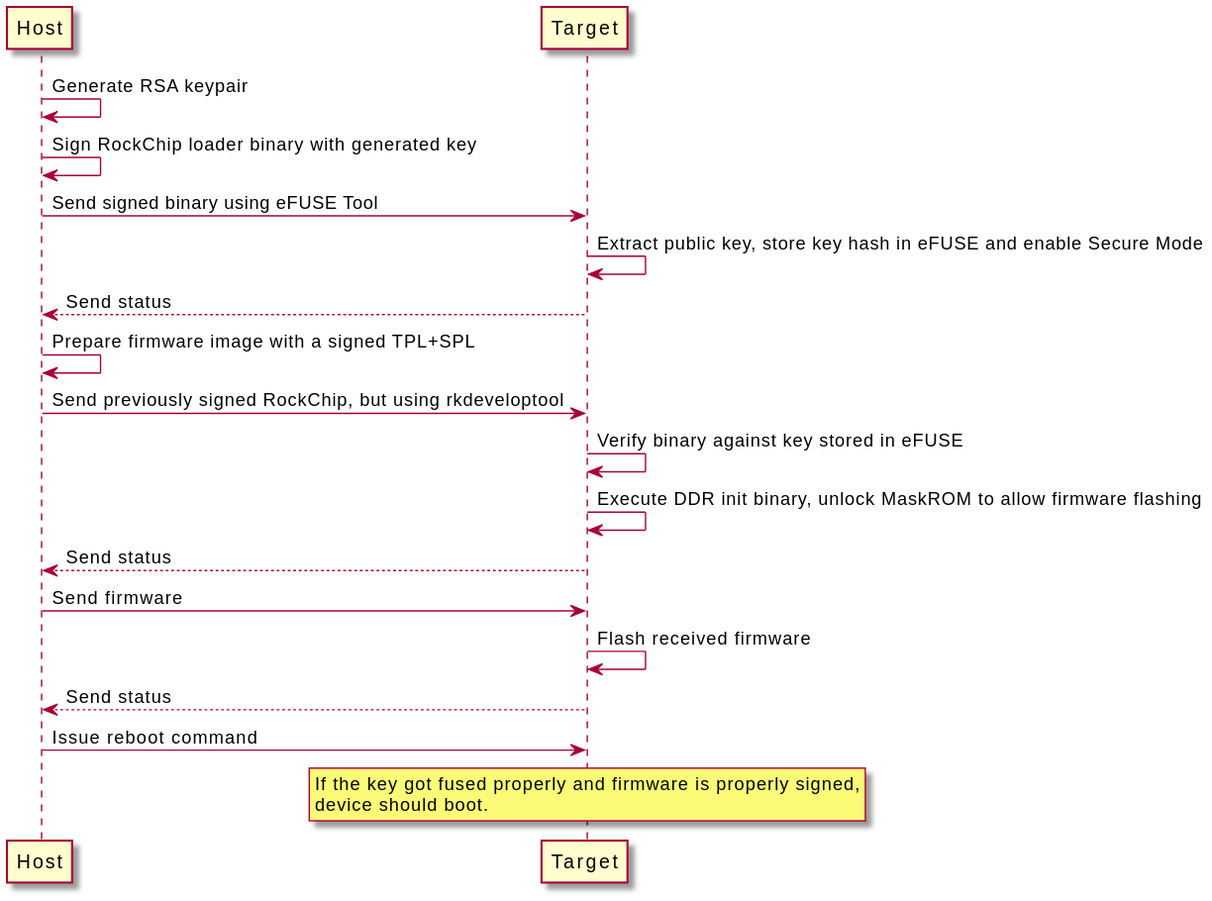
This is blog/static/img/rockchip-secure-boot-diagram.svg from 3mdeb/news-and-ideas, a PlantUML export, as it was before one commit. Source of this version:
```plantuml
@startuml
Host -> Host : Generate RSA keypair
Host -> Host : Sign RockChip loader binary with generated key
Host -> Target : Send signed binary using eFUSE Tool
Target -> Target : Extract public key, store key hash in eFUSE and enable Secure Mode
Host <-- Target : Send status
Host -> Host : Prepare firmware image with a signed TPL+SPL
Host -> Target : Send previously signed RockChip, but using rkdeveloptool
Target -> Target : Verify binary against key stored in eFUSE
Target -> Target : Execute DDR init binary, unlock MaskROM to allow firmware flashing
Host <-- Target : Send status
Host -> Target : Send firmware
Target -> Target : Flash received firmware
Host <-- Target : Send status
Host -> Target : Issue reboot command
rnote over Target
  If the key got fused properly and firmware is properly signed,
  device should boot.
endrnote
@enduml
```
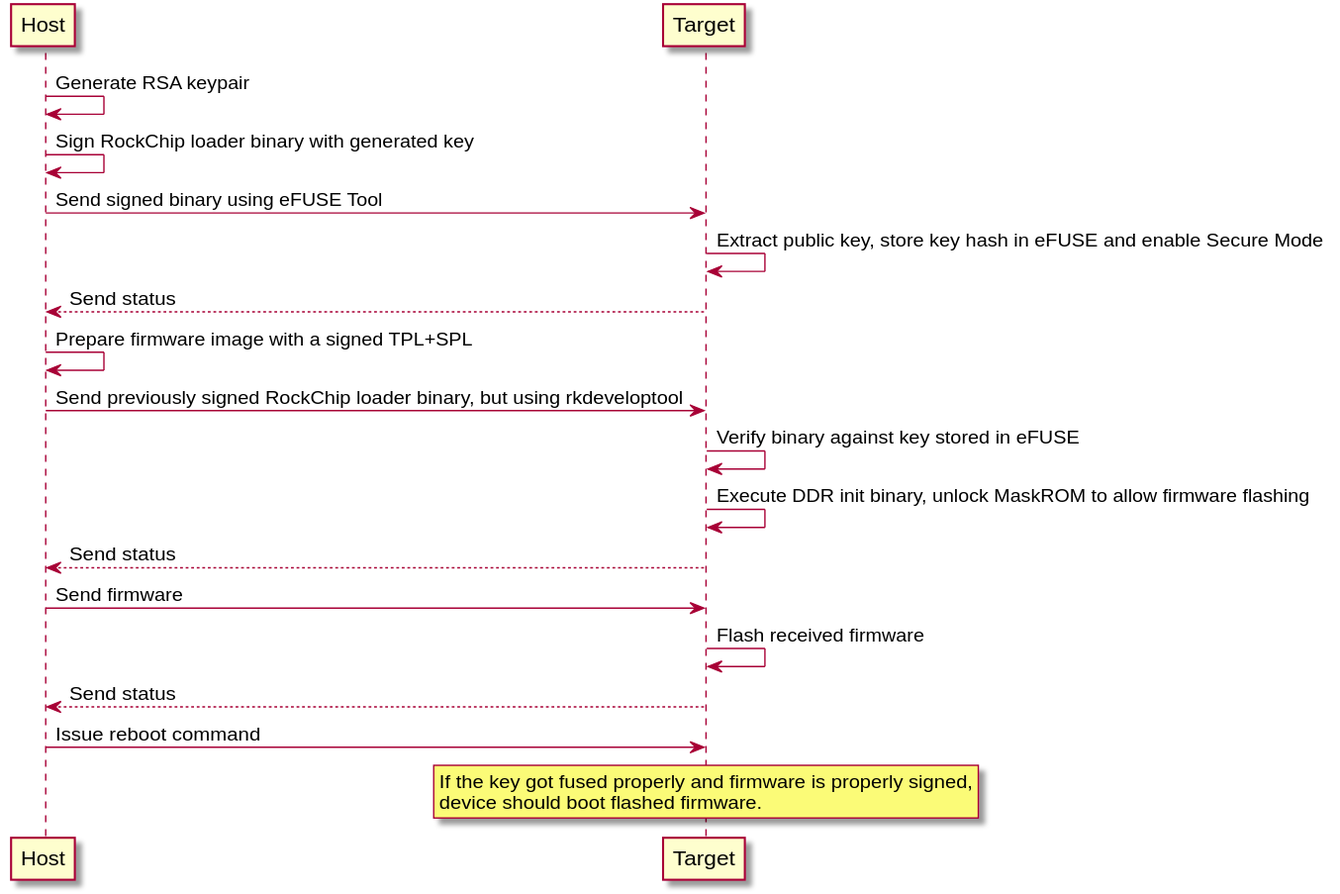
Later version of the same file.

What changed in the source:
```diff
@@ -5,7 +5,7 @@
 Target -> Target : Extract public key, store key hash in eFUSE and enable Secure Mode
 Host <-- Target : Send status
 Host -> Host : Prepare firmware image with a signed TPL+SPL
-Host -> Target : Send previously signed RockChip, but using rkdeveloptool
+Host -> Target : Send previously signed RockChip loader binary, but using rkdeveloptool
 Target -> Target : Verify binary against key stored in eFUSE
 Target -> Target : Execute DDR init binary, unlock MaskROM to allow firmware flashing
 Host <-- Target : Send status
@@ -15,6 +15,6 @@
 Host -> Target : Issue reboot command
 rnote over Target
   If the key got fused properly and firmware is properly signed,
-  device should boot.
+  device should boot flashed firmware.
 endrnote
 @enduml
```
